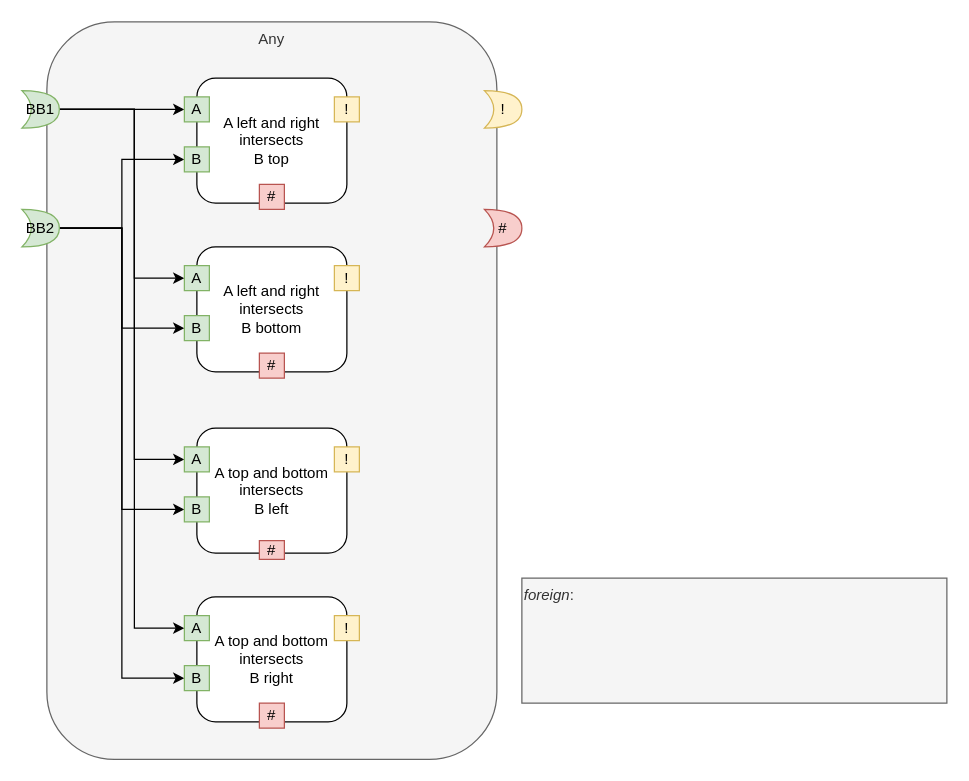
This is page "2. A intersects B" (3 of 15) of rectangle intersection.drawio from guitarvydas/factbases-101, a draw.io file, before an edit. Source tidied: cells renumbered, new cells numbered last; positions are measured from the earlier drawing's top-left corner, leaving out a move shared by most shapes. Both pictures are drawn from the tidied source at 125%, with x=0, y=0 at pixel (21, 21).
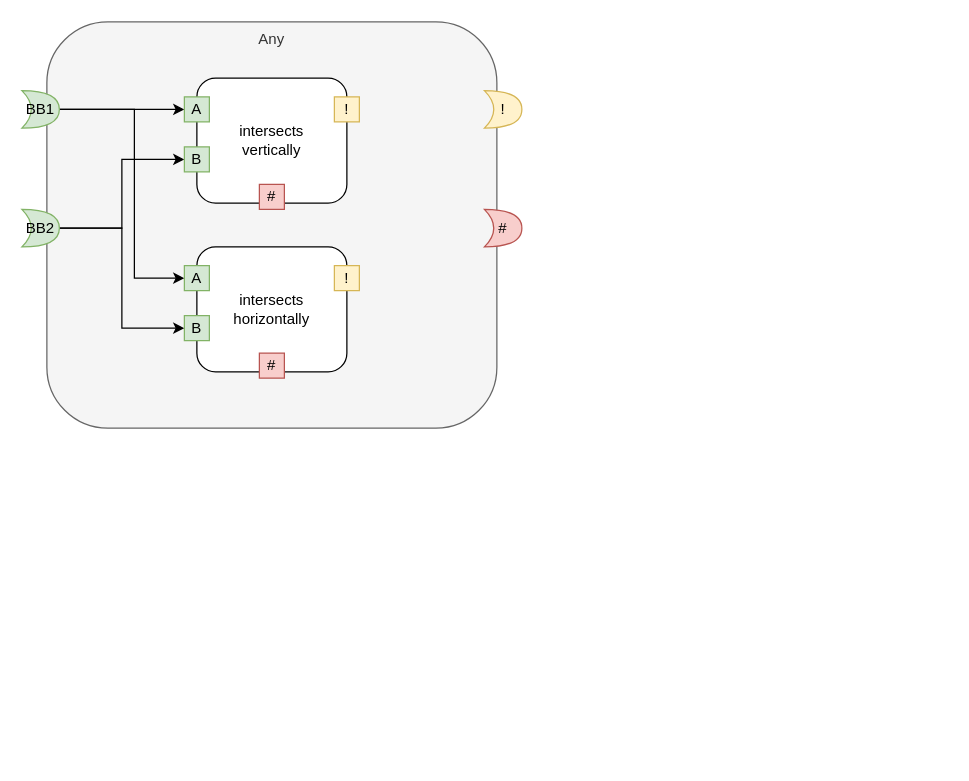
The same page after the edit.

The change refers to these unchanged cells:
```xml
<mxCell id="7" value="BB1" style="shape=xor;whiteSpace=wrap;html=1;fillColor=#d5e8d4;strokeColor=#82b366;" parent="1" vertex="1">
  <mxGeometry y="55" width="30" height="30" as="geometry" />
</mxCell>
<mxCell id="12" value="BB2" style="shape=xor;whiteSpace=wrap;html=1;fillColor=#d5e8d4;strokeColor=#82b366;" parent="1" vertex="1">
  <mxGeometry y="150" width="30" height="30" as="geometry" />
</mxCell>
```

What changed in the source:
```diff
@@
     <mxCell id="2" value="Any" style="rounded=1;whiteSpace=wrap;html=1;fillColor=#f5f5f5;strokeColor=#666666;verticalAlign=top;fontColor=#333333;" parent="1" vertex="1">
-      <mxGeometry x="20" width="360" height="590" as="geometry" />
+      <mxGeometry x="20" width="360" height="325" as="geometry" />
     </mxCell>
@@
-    <mxCell id="5" style="edgeStyle=orthogonalEdgeStyle;rounded=0;jettySize=auto;html=1;entryX=0;entryY=0.5;entryDx=0;entryDy=0;" parent="1" edge="1" source="7" target="27">
-      <mxGeometry relative="1" as="geometry">
-        <Array as="points">
-          <mxPoint x="90" y="70" />
-          <mxPoint x="90" y="350" />
-        </Array>
-      </mxGeometry>
-    </mxCell>
-    <mxCell id="6" style="edgeStyle=orthogonalEdgeStyle;rounded=0;jettySize=auto;html=1;entryX=0;entryY=0.5;entryDx=0;entryDy=0;" parent="1" edge="1" source="7" target="32">
-      <mxGeometry relative="1" as="geometry">
-        <Array as="points">
-          <mxPoint x="90" y="70" />
-          <mxPoint x="90" y="485" />
-        </Array>
-      </mxGeometry>
-    </mxCell>
@@
-    <mxCell id="10" style="edgeStyle=orthogonalEdgeStyle;rounded=0;jettySize=auto;html=1;entryX=0;entryY=0.5;entryDx=0;entryDy=0;" parent="1" edge="1" source="12" target="30">
-      <mxGeometry relative="1" as="geometry" />
-    </mxCell>
-    <mxCell id="11" style="edgeStyle=orthogonalEdgeStyle;rounded=0;jettySize=auto;html=1;entryX=0;entryY=0.5;entryDx=0;entryDy=0;" parent="1" edge="1" source="12" target="35">
-      <mxGeometry relative="1" as="geometry" />
-    </mxCell>
@@
-    <mxCell id="15" value="A left and right intersects&lt;br&gt;B top" style="rounded=1;whiteSpace=wrap;html=1;" parent="1" vertex="1">
+    <mxCell id="15" value="intersects&lt;br&gt;vertically" style="rounded=1;whiteSpace=wrap;html=1;" parent="1" vertex="1">
       <mxGeometry x="140" y="45" width="120" height="100" as="geometry" />
     </mxCell>
@@
-    <mxCell id="20" value="&lt;i&gt;foreign&lt;/i&gt;:&lt;br&gt;" style="rounded=0;whiteSpace=wrap;html=1;fillColor=#f5f5f5;strokeColor=#666666;fontColor=#333333;align=left;verticalAlign=top;" parent="1" vertex="1">
-      <mxGeometry x="400" y="445" width="340" height="100" as="geometry" />
-    </mxCell>
-    <mxCell id="21" value="A left and right intersects&lt;br&gt;B bottom" style="rounded=1;whiteSpace=wrap;html=1;" parent="1" vertex="1">
+    <mxCell id="21" value="intersects&lt;br&gt;horizontally" style="rounded=1;whiteSpace=wrap;html=1;" parent="1" vertex="1">
       <mxGeometry x="140" y="180" width="120" height="100" as="geometry" />
     </mxCell>
@@
-    <mxCell id="26" value="A top and bottom&lt;br&gt;intersects&lt;br&gt;B left" style="rounded=1;whiteSpace=wrap;html=1;" parent="1" vertex="1">
-      <mxGeometry x="140" y="325" width="120" height="100" as="geometry" />
-    </mxCell>
-    <mxCell id="27" value="A" style="rounded=0;whiteSpace=wrap;html=1;fillColor=#d5e8d4;strokeColor=#82b366;" parent="1" vertex="1">
-      <mxGeometry x="130" y="340" width="20" height="20" as="geometry" />
-    </mxCell>
-    <mxCell id="28" value="!" style="rounded=0;whiteSpace=wrap;html=1;fillColor=#fff2cc;strokeColor=#d6b656;" parent="1" vertex="1">
-      <mxGeometry x="250" y="340" width="20" height="20" as="geometry" />
-    </mxCell>
-    <mxCell id="29" value="#" style="rounded=0;whiteSpace=wrap;html=1;fillColor=#f8cecc;strokeColor=#b85450;" parent="1" vertex="1">
-      <mxGeometry x="190" y="415" width="20" height="15" as="geometry" />
-    </mxCell>
-    <mxCell id="30" value="B" style="rounded=0;whiteSpace=wrap;html=1;fillColor=#d5e8d4;strokeColor=#82b366;" parent="1" vertex="1">
-      <mxGeometry x="130" y="380" width="20" height="20" as="geometry" />
-    </mxCell>
-    <mxCell id="31" value="A top and bottom&lt;br&gt;intersects&lt;br&gt;B right" style="rounded=1;whiteSpace=wrap;html=1;" parent="1" vertex="1">
-      <mxGeometry x="140" y="460" width="120" height="100" as="geometry" />
-    </mxCell>
-    <mxCell id="32" value="A" style="rounded=0;whiteSpace=wrap;html=1;fillColor=#d5e8d4;strokeColor=#82b366;" parent="1" vertex="1">
-      <mxGeometry x="130" y="475" width="20" height="20" as="geometry" />
-    </mxCell>
-    <mxCell id="33" value="!" style="rounded=0;whiteSpace=wrap;html=1;fillColor=#fff2cc;strokeColor=#d6b656;" parent="1" vertex="1">
-      <mxGeometry x="250" y="475" width="20" height="20" as="geometry" />
-    </mxCell>
-    <mxCell id="34" value="#" style="rounded=0;whiteSpace=wrap;html=1;fillColor=#f8cecc;strokeColor=#b85450;" parent="1" vertex="1">
-      <mxGeometry x="190" y="545" width="20" height="20" as="geometry" />
-    </mxCell>
-    <mxCell id="35" value="B" style="rounded=0;whiteSpace=wrap;html=1;fillColor=#d5e8d4;strokeColor=#82b366;" parent="1" vertex="1">
-      <mxGeometry x="130" y="515" width="20" height="20" as="geometry" />
-    </mxCell>
```
